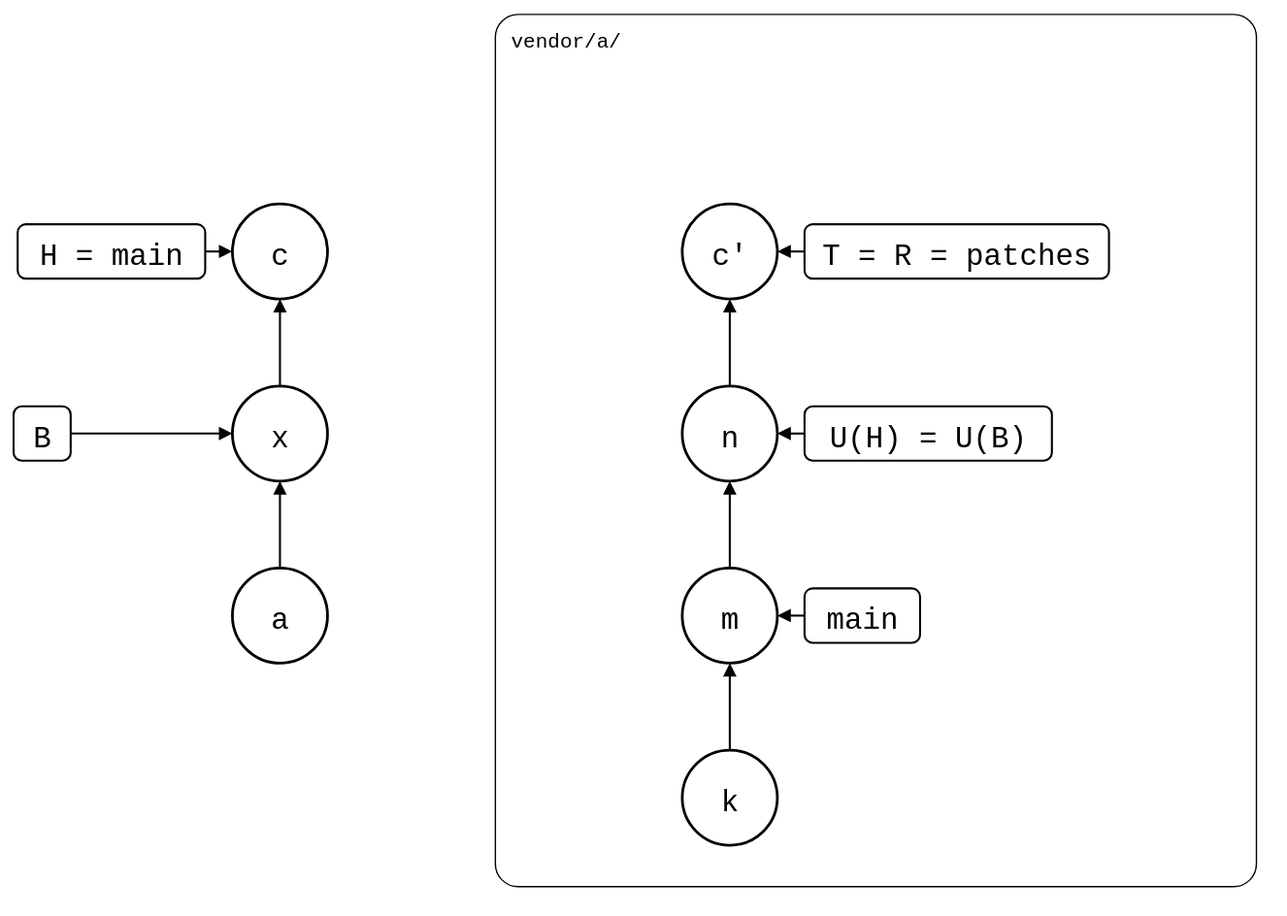
This is test/scenarios/06-rewritten-history/04-patch-branch-rebased/01-unpushed-local-commit/redone-on-top.drawio.svg from roschaefer/git-splice, a draw.io export, as it was before one commit. Source tidied: cells renumbered, new cells last; positions are measured from the earlier drawing's top-left corner, leaving out a move shared by most shapes.
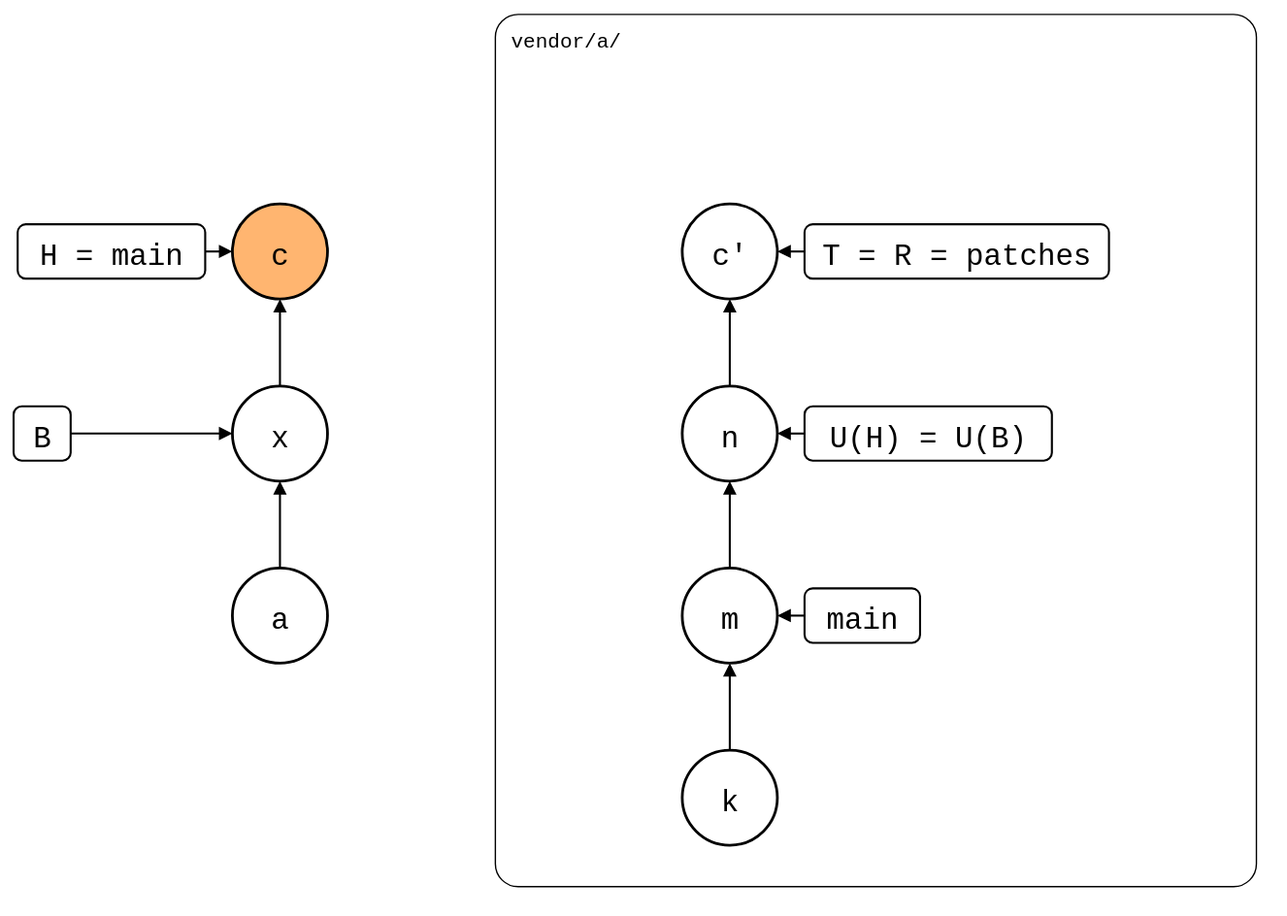
After the change.

Change to the diagram source:
```diff
@@ -5,7 +5,7 @@
     <mxCell id="2" value="vendor/a/" style="rounded=1;arcSize=3;fillColor=none;strokeWidth=1;fontSize=15;verticalAlign=top;align=left;spacingLeft=10;spacingTop=4;fontFamily=Roboto Mono,monospace;" parent="1" vertex="1">
       <mxGeometry x="354" width="560" height="642" as="geometry" />
     </mxCell>
-    <mxCell id="3" value="c" style="ellipse;strokeWidth=2;fontSize=22;fontFamily=Roboto Mono,monospace;" parent="1" vertex="1">
+    <mxCell id="3" value="c" style="ellipse;strokeWidth=2;fontSize=22;fontFamily=Roboto Mono,monospace;fillColor=#FFB570;" parent="1" vertex="1">
       <mxGeometry x="161" y="140" width="70" height="70" as="geometry" />
     </mxCell>
     <mxCell id="4" value="x" style="ellipse;strokeWidth=2;fontSize=22;fontFamily=Roboto Mono,monospace;" parent="1" vertex="1">
```
